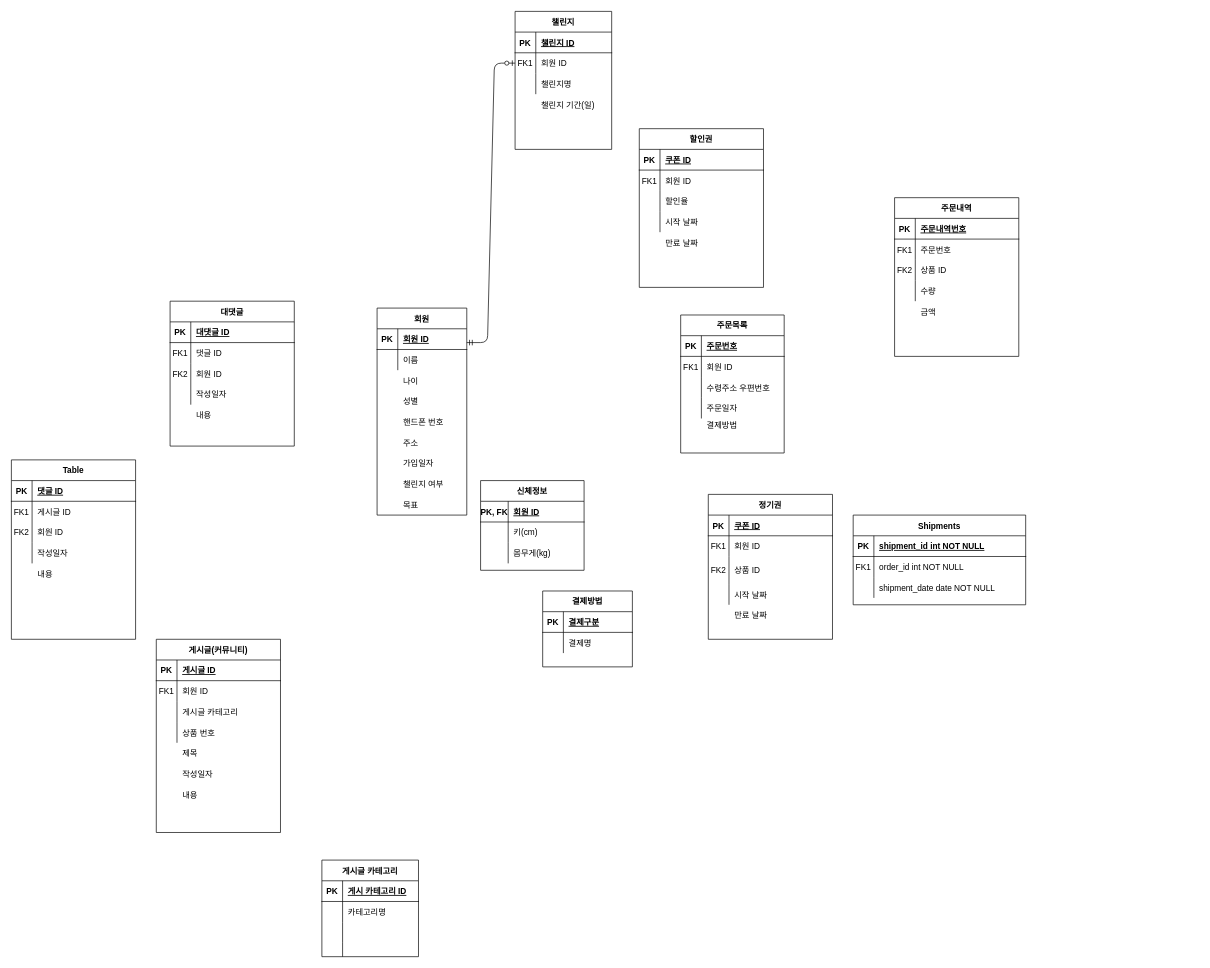
Earlier version of the draw.io diagram Untitled Diagram.drawio (eunhwa99/Lab-Intern). Source tidied: cells renumbered, new cells numbered last; positions are measured from the earlier drawing's top-left corner, leaving out a move shared by most shapes. Both pictures are drawn from the tidied source at 69%, with x=0, y=0 at pixel (11, 11).
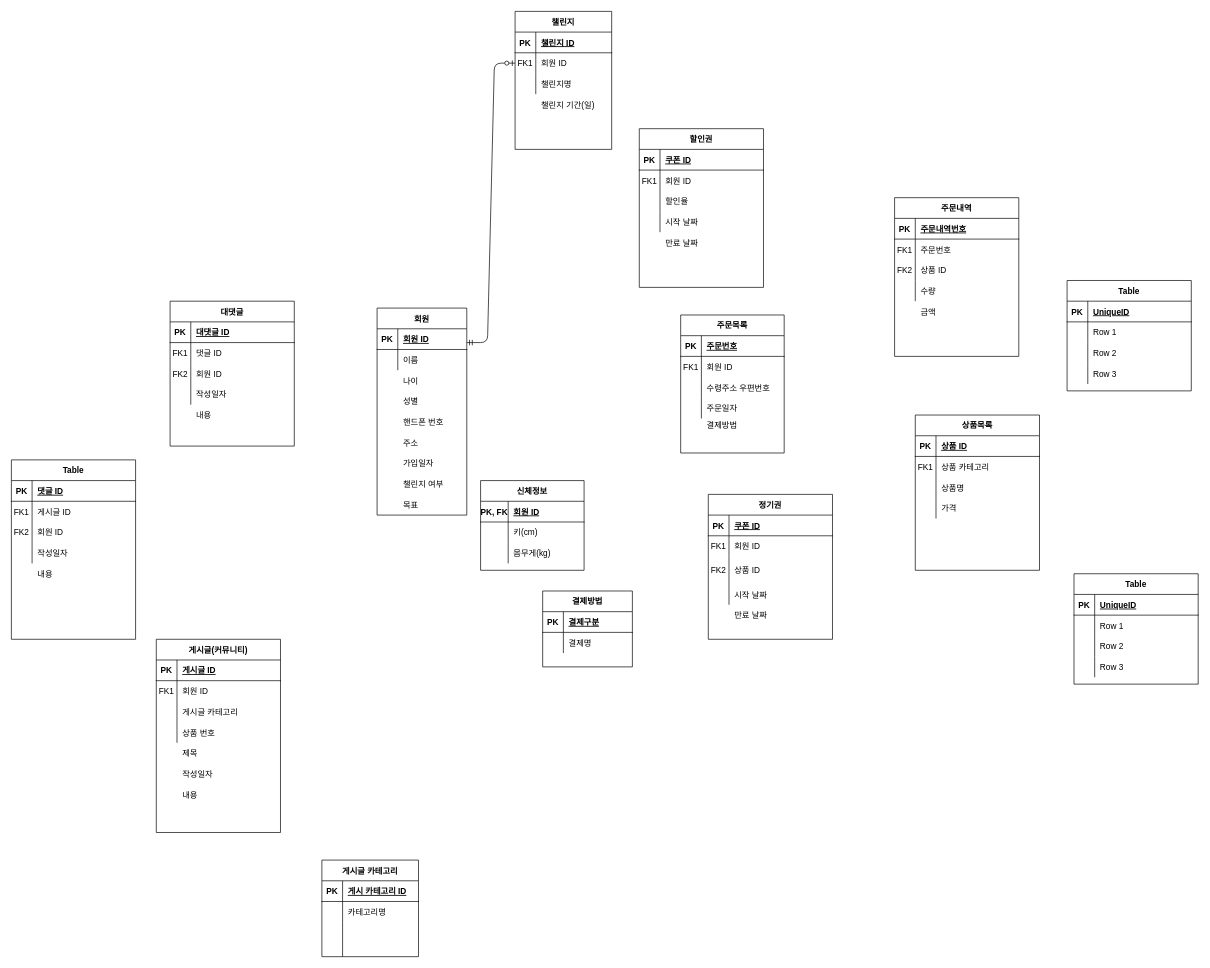
The same page after the edit.

Diff of the diagram source:
```diff
@@
-    <mxCell id="12" value="Shipments" style="shape=table;startSize=30;childLayout=tableLayout;rowLines=0;fontStyle=1;align=center;" parent="1" vertex="1">
-      <mxGeometry x="1220" y="730" width="250" height="130" as="geometry" />
-    </mxCell>
-    <mxCell id="13" style="shape=partialRectangle;fillColor=none;top=0;left=0;right=0;bottom=1;" parent="12" vertex="1">
-      <mxGeometry y="30" width="250" height="30" as="geometry" />
-    </mxCell>
-    <mxCell id="14" value="PK" style="shape=partialRectangle;overflow=hidden;fillColor=none;top=0;left=0;bottom=0;right=0;fontStyle=1;" parent="13" vertex="1">
-      <mxGeometry width="30" height="30" as="geometry" />
-    </mxCell>
-    <mxCell id="15" value="shipment_id int NOT NULL " style="shape=partialRectangle;overflow=hidden;fillColor=none;top=0;left=0;bottom=0;right=0;align=left;spacingLeft=6;fontStyle=5;" parent="13" vertex="1">
-      <mxGeometry x="30" width="220" height="30" as="geometry" />
-    </mxCell>
-    <mxCell id="16" style="shape=partialRectangle;fillColor=none;top=0;left=0;right=0;bottom=0;" parent="12" vertex="1">
-      <mxGeometry y="60" width="250" height="30" as="geometry" />
-    </mxCell>
-    <mxCell id="17" value="FK1" style="shape=partialRectangle;overflow=hidden;fillColor=none;top=0;left=0;bottom=0;right=0;" parent="16" vertex="1">
-      <mxGeometry width="30" height="30" as="geometry" />
-    </mxCell>
-    <mxCell id="18" value="order_id int NOT NULL" style="shape=partialRectangle;overflow=hidden;fillColor=none;top=0;left=0;bottom=0;right=0;align=left;spacingLeft=6;" parent="16" vertex="1">
-      <mxGeometry x="30" width="220" height="30" as="geometry" />
-    </mxCell>
-    <mxCell id="19" style="shape=partialRectangle;fillColor=none;top=0;left=0;right=0;bottom=0;" parent="12" vertex="1">
-      <mxGeometry y="90" width="250" height="30" as="geometry" />
-    </mxCell>
-    <mxCell id="20" style="shape=partialRectangle;overflow=hidden;fillColor=none;top=0;left=0;bottom=0;right=0;" parent="19" vertex="1">
-      <mxGeometry width="30" height="30" as="geometry" />
-    </mxCell>
-    <mxCell id="21" value="shipment_date date NOT NULL" style="shape=partialRectangle;overflow=hidden;fillColor=none;top=0;left=0;bottom=0;right=0;align=left;spacingLeft=6;" parent="19" vertex="1">
-      <mxGeometry x="30" width="220" height="30" as="geometry" />
-    </mxCell>
@@
+    <mxCell id="178" value="상품목록" style="shape=table;startSize=30;childLayout=tableLayout;rowLines=0;fontStyle=1;align=center;" parent="1" vertex="1">
+      <mxGeometry x="1310" y="585" width="180" height="225" as="geometry" />
+    </mxCell>
+    <mxCell id="179" style="shape=partialRectangle;fillColor=none;top=0;left=0;bottom=1;right=0;" parent="178" vertex="1">
+      <mxGeometry y="30" width="180" height="30" as="geometry" />
+    </mxCell>
+    <mxCell id="180" value="PK" style="shape=partialRectangle;fillColor=none;top=0;left=0;bottom=0;right=0;fontStyle=1;overflow=hidden;" parent="179" vertex="1">
+      <mxGeometry width="30" height="30" as="geometry" />
+    </mxCell>
+    <mxCell id="181" value="상품 ID" style="shape=partialRectangle;fillColor=none;top=0;left=0;bottom=0;right=0;align=left;spacingLeft=6;fontStyle=5;overflow=hidden;" parent="179" vertex="1">
+      <mxGeometry x="30" width="150" height="30" as="geometry" />
+    </mxCell>
+    <mxCell id="182" style="shape=partialRectangle;fillColor=none;top=0;left=0;bottom=0;right=0;" parent="178" vertex="1">
+      <mxGeometry y="60" width="180" height="30" as="geometry" />
+    </mxCell>
+    <mxCell id="17" value="FK1" style="shape=partialRectangle;fillColor=none;top=0;left=0;bottom=0;right=0;overflow=hidden;" parent="182" vertex="1">
+      <mxGeometry width="30" height="30" as="geometry" />
+    </mxCell>
+    <mxCell id="183" value="상품 카테고리" style="shape=partialRectangle;fillColor=none;top=0;left=0;bottom=0;right=0;align=left;spacingLeft=6;overflow=hidden;" parent="182" vertex="1">
+      <mxGeometry x="30" width="150" height="30" as="geometry" />
+    </mxCell>
+    <mxCell id="184" style="shape=partialRectangle;fillColor=none;top=0;left=0;bottom=0;right=0;" parent="178" vertex="1">
+      <mxGeometry y="90" width="180" height="30" as="geometry" />
+    </mxCell>
+    <mxCell id="185" style="shape=partialRectangle;fillColor=none;top=0;left=0;bottom=0;right=0;overflow=hidden;" parent="184" vertex="1">
+      <mxGeometry width="30" height="30" as="geometry" />
+    </mxCell>
+    <mxCell id="186" value="상품명" style="shape=partialRectangle;fillColor=none;top=0;left=0;bottom=0;right=0;align=left;spacingLeft=6;overflow=hidden;" parent="184" vertex="1">
+      <mxGeometry x="30" width="150" height="30" as="geometry" />
+    </mxCell>
+    <mxCell id="187" style="shape=partialRectangle;fillColor=none;top=0;left=0;bottom=0;right=0;" parent="178" vertex="1">
+      <mxGeometry y="120" width="180" height="30" as="geometry" />
+    </mxCell>
+    <mxCell id="188" style="shape=partialRectangle;fillColor=none;top=0;left=0;bottom=0;right=0;overflow=hidden;" parent="187" vertex="1">
+      <mxGeometry width="30" height="30" as="geometry" />
+    </mxCell>
+    <mxCell id="189" value="가격" style="shape=partialRectangle;fillColor=none;top=0;left=0;bottom=0;right=0;align=left;spacingLeft=6;overflow=hidden;" parent="187" vertex="1">
+      <mxGeometry x="30" width="150" height="30" as="geometry" />
+    </mxCell>
+    <mxCell id="190" value="Table" style="shape=table;startSize=30;childLayout=tableLayout;rowLines=0;fontStyle=1;align=center;" parent="1" vertex="1">
+      <mxGeometry x="1540" y="815" width="180" height="160" as="geometry" />
+    </mxCell>
+    <mxCell id="191" style="shape=partialRectangle;fillColor=none;top=0;left=0;bottom=1;right=0;" parent="190" vertex="1">
+      <mxGeometry y="30" width="180" height="30" as="geometry" />
+    </mxCell>
+    <mxCell id="192" value="PK" style="shape=partialRectangle;fillColor=none;top=0;left=0;bottom=0;right=0;fontStyle=1;overflow=hidden;" parent="191" vertex="1">
+      <mxGeometry width="30" height="30" as="geometry" />
+    </mxCell>
+    <mxCell id="193" value="UniqueID" style="shape=partialRectangle;fillColor=none;top=0;left=0;bottom=0;right=0;align=left;spacingLeft=6;fontStyle=5;overflow=hidden;" parent="191" vertex="1">
+      <mxGeometry x="30" width="150" height="30" as="geometry" />
+    </mxCell>
+    <mxCell id="194" style="shape=partialRectangle;fillColor=none;top=0;left=0;bottom=0;right=0;" parent="190" vertex="1">
+      <mxGeometry y="60" width="180" height="30" as="geometry" />
+    </mxCell>
+    <mxCell id="195" style="shape=partialRectangle;fillColor=none;top=0;left=0;bottom=0;right=0;overflow=hidden;" parent="194" vertex="1">
+      <mxGeometry width="30" height="30" as="geometry" />
+    </mxCell>
+    <mxCell id="196" value="Row 1" style="shape=partialRectangle;fillColor=none;top=0;left=0;bottom=0;right=0;align=left;spacingLeft=6;overflow=hidden;" parent="194" vertex="1">
+      <mxGeometry x="30" width="150" height="30" as="geometry" />
+    </mxCell>
+    <mxCell id="197" style="shape=partialRectangle;fillColor=none;top=0;left=0;bottom=0;right=0;" parent="190" vertex="1">
+      <mxGeometry y="90" width="180" height="30" as="geometry" />
+    </mxCell>
+    <mxCell id="198" style="shape=partialRectangle;fillColor=none;top=0;left=0;bottom=0;right=0;overflow=hidden;" parent="197" vertex="1">
+      <mxGeometry width="30" height="30" as="geometry" />
+    </mxCell>
+    <mxCell id="199" value="Row 2" style="shape=partialRectangle;fillColor=none;top=0;left=0;bottom=0;right=0;align=left;spacingLeft=6;overflow=hidden;" parent="197" vertex="1">
+      <mxGeometry x="30" width="150" height="30" as="geometry" />
+    </mxCell>
+    <mxCell id="200" style="shape=partialRectangle;fillColor=none;top=0;left=0;bottom=0;right=0;" parent="190" vertex="1">
+      <mxGeometry y="120" width="180" height="30" as="geometry" />
+    </mxCell>
+    <mxCell id="201" style="shape=partialRectangle;fillColor=none;top=0;left=0;bottom=0;right=0;overflow=hidden;" parent="200" vertex="1">
+      <mxGeometry width="30" height="30" as="geometry" />
+    </mxCell>
+    <mxCell id="202" value="Row 3" style="shape=partialRectangle;fillColor=none;top=0;left=0;bottom=0;right=0;align=left;spacingLeft=6;overflow=hidden;" parent="200" vertex="1">
+      <mxGeometry x="30" width="150" height="30" as="geometry" />
+    </mxCell>
+    <mxCell id="203" value="Table" style="shape=table;startSize=30;childLayout=tableLayout;rowLines=0;fontStyle=1;align=center;" parent="1" vertex="1">
+      <mxGeometry x="1530" y="390" width="180" height="160" as="geometry" />
+    </mxCell>
+    <mxCell id="204" style="shape=partialRectangle;fillColor=none;top=0;left=0;bottom=1;right=0;" parent="203" vertex="1">
+      <mxGeometry y="30" width="180" height="30" as="geometry" />
+    </mxCell>
+    <mxCell id="205" value="PK" style="shape=partialRectangle;fillColor=none;top=0;left=0;bottom=0;right=0;fontStyle=1;overflow=hidden;" parent="204" vertex="1">
+      <mxGeometry width="30" height="30" as="geometry" />
+    </mxCell>
+    <mxCell id="206" value="UniqueID" style="shape=partialRectangle;fillColor=none;top=0;left=0;bottom=0;right=0;align=left;spacingLeft=6;fontStyle=5;overflow=hidden;" parent="204" vertex="1">
+      <mxGeometry x="30" width="150" height="30" as="geometry" />
+    </mxCell>
+    <mxCell id="207" style="shape=partialRectangle;fillColor=none;top=0;left=0;bottom=0;right=0;" parent="203" vertex="1">
+      <mxGeometry y="60" width="180" height="30" as="geometry" />
+    </mxCell>
+    <mxCell id="208" style="shape=partialRectangle;fillColor=none;top=0;left=0;bottom=0;right=0;overflow=hidden;" parent="207" vertex="1">
+      <mxGeometry width="30" height="30" as="geometry" />
+    </mxCell>
+    <mxCell id="209" value="Row 1" style="shape=partialRectangle;fillColor=none;top=0;left=0;bottom=0;right=0;align=left;spacingLeft=6;overflow=hidden;" parent="207" vertex="1">
+      <mxGeometry x="30" width="150" height="30" as="geometry" />
+    </mxCell>
+    <mxCell id="210" style="shape=partialRectangle;fillColor=none;top=0;left=0;bottom=0;right=0;" parent="203" vertex="1">
+      <mxGeometry y="90" width="180" height="30" as="geometry" />
+    </mxCell>
+    <mxCell id="211" style="shape=partialRectangle;fillColor=none;top=0;left=0;bottom=0;right=0;overflow=hidden;" parent="210" vertex="1">
+      <mxGeometry width="30" height="30" as="geometry" />
+    </mxCell>
+    <mxCell id="212" value="Row 2" style="shape=partialRectangle;fillColor=none;top=0;left=0;bottom=0;right=0;align=left;spacingLeft=6;overflow=hidden;" parent="210" vertex="1">
+      <mxGeometry x="30" width="150" height="30" as="geometry" />
+    </mxCell>
+    <mxCell id="213" style="shape=partialRectangle;fillColor=none;top=0;left=0;bottom=0;right=0;" parent="203" vertex="1">
+      <mxGeometry y="120" width="180" height="30" as="geometry" />
+    </mxCell>
+    <mxCell id="214" style="shape=partialRectangle;fillColor=none;top=0;left=0;bottom=0;right=0;overflow=hidden;" parent="213" vertex="1">
+      <mxGeometry width="30" height="30" as="geometry" />
+    </mxCell>
+    <mxCell id="215" value="Row 3" style="shape=partialRectangle;fillColor=none;top=0;left=0;bottom=0;right=0;align=left;spacingLeft=6;overflow=hidden;" parent="213" vertex="1">
+      <mxGeometry x="30" width="150" height="30" as="geometry" />
+    </mxCell>
```
